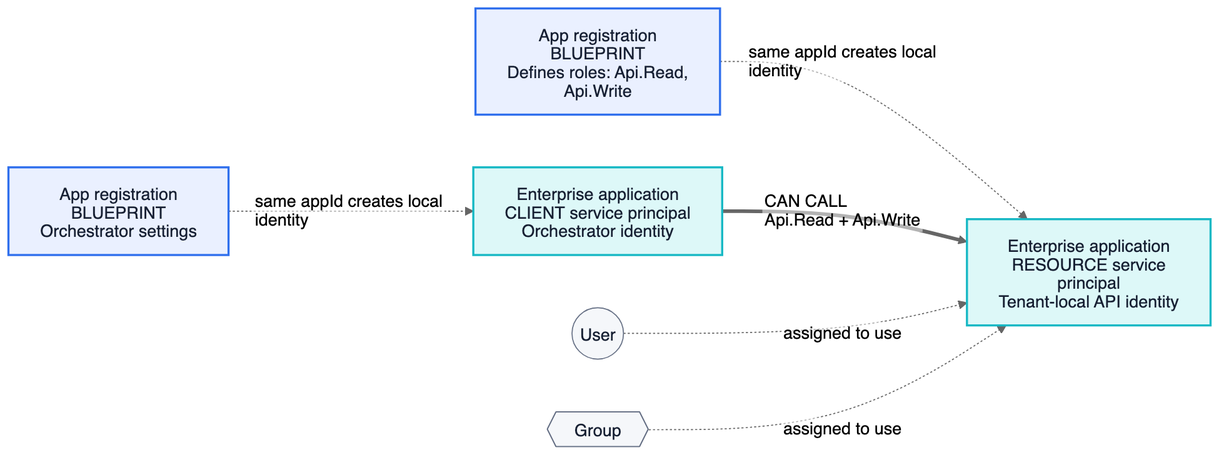
loredan1994/entra-relationship-explorer keeps this Mermaid diagram as diagrams/entra-object-model.png. Above is the earlier version. Its source is kept beside it as diagrams/entra-object-model.mmd. Its diagram source:
```mermaid
flowchart LR
  AR["App registration<br/>BLUEPRINT<br/>Defines roles: Api.Read, Api.Write"]
  RSP["Enterprise application<br/>RESOURCE service principal<br/>Tenant-local API identity"]
  CAR["App registration<br/>BLUEPRINT<br/>Orchestrator settings"]
  CSP["Enterprise application<br/>CLIENT service principal<br/>Orchestrator identity"]
  USER(("User"))
  GROUP{{"Group"}}

  AR -. "same appId creates local identity" .-> RSP
  CAR -. "same appId creates local identity" .-> CSP
  CSP == "CAN CALL<br/>Api.Read + Api.Write" ==> RSP
  USER -. "assigned to use" .-> RSP
  GROUP -. "assigned to use" .-> RSP

  classDef blueprint fill:#EAF0FF,stroke:#2F6FED,color:#172033,stroke-width:2px;
  classDef identity fill:#DDF8F8,stroke:#16B8C4,color:#172033,stroke-width:2px;
  classDef person fill:#F5F7FA,stroke:#667085,color:#172033;
  class AR,CAR blueprint;
  class RSP,CSP identity;
  class USER,GROUP person;
```
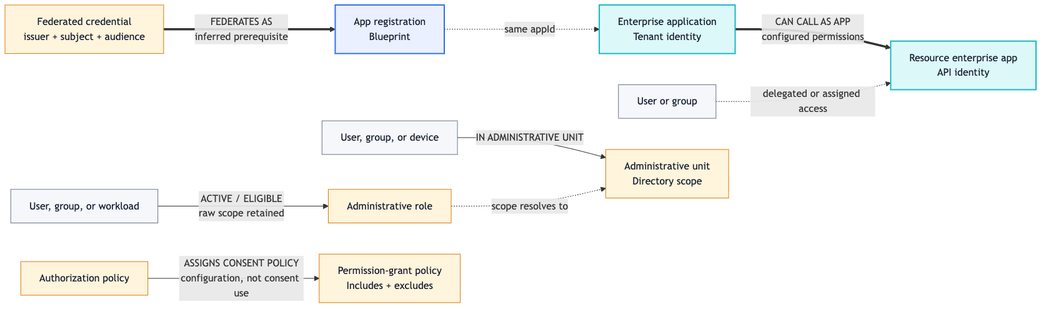
The same file after the commit.

Diff of the diagram source:
```diff
@@ -1,20 +1,30 @@
 flowchart LR
-  AR["App registration<br/>BLUEPRINT<br/>Defines roles: Api.Read, Api.Write"]
-  RSP["Enterprise application<br/>RESOURCE service principal<br/>Tenant-local API identity"]
-  CAR["App registration<br/>BLUEPRINT<br/>Orchestrator settings"]
-  CSP["Enterprise application<br/>CLIENT service principal<br/>Orchestrator identity"]
-  USER(("User"))
-  GROUP{{"Group"}}
+  FIC["Federated credential<br/>issuer + subject + audience"]
+  APP["App registration<br/>Blueprint"]
+  CLIENT["Enterprise application<br/>Tenant identity"]
+  RESOURCE["Resource enterprise app<br/>API identity"]
+  HUMAN["User or group"]
+  MEMBER["User, group, or device"]
+  AU["Administrative unit<br/>Directory scope"]
+  PRINCIPAL["User, group, or workload"]
+  ROLE["Administrative role"]
+  AUTH["Authorization policy"]
+  CONSENT["Permission-grant policy<br/>Includes + excludes"]
 
-  AR -. "same appId creates local identity" .-> RSP
-  CAR -. "same appId creates local identity" .-> CSP
-  CSP == "CAN CALL<br/>Api.Read + Api.Write" ==> RSP
-  USER -. "assigned to use" .-> RSP
-  GROUP -. "assigned to use" .-> RSP
+  FIC == "FEDERATES AS<br/>inferred prerequisite" ==> APP
+  APP -. "same appId" .-> CLIENT
+  CLIENT == "CAN CALL AS APP<br/>configured permissions" ==> RESOURCE
+  HUMAN -. "delegated or assigned access" .-> RESOURCE
+  MEMBER -->|"IN ADMINISTRATIVE UNIT"| AU
+  PRINCIPAL -->|"ACTIVE / ELIGIBLE<br/>raw scope retained"| ROLE
+  ROLE -. "scope resolves to" .-> AU
+  AUTH -->|"ASSIGNS CONSENT POLICY<br/>configuration, not consent use"| CONSENT
 
   classDef blueprint fill:#EAF0FF,stroke:#2F6FED,color:#172033,stroke-width:2px;
   classDef identity fill:#DDF8F8,stroke:#16B8C4,color:#172033,stroke-width:2px;
   classDef person fill:#F5F7FA,stroke:#667085,color:#172033;
-  class AR,CAR blueprint;
-  class RSP,CSP identity;
-  class USER,GROUP person;
+  classDef data fill:#FFF4DC,stroke:#D97706,color:#172033;
+  class APP blueprint;
+  class CLIENT,RESOURCE identity;
+  class HUMAN,MEMBER,PRINCIPAL person;
+  class FIC,AU,ROLE,AUTH,CONSENT data;
```
